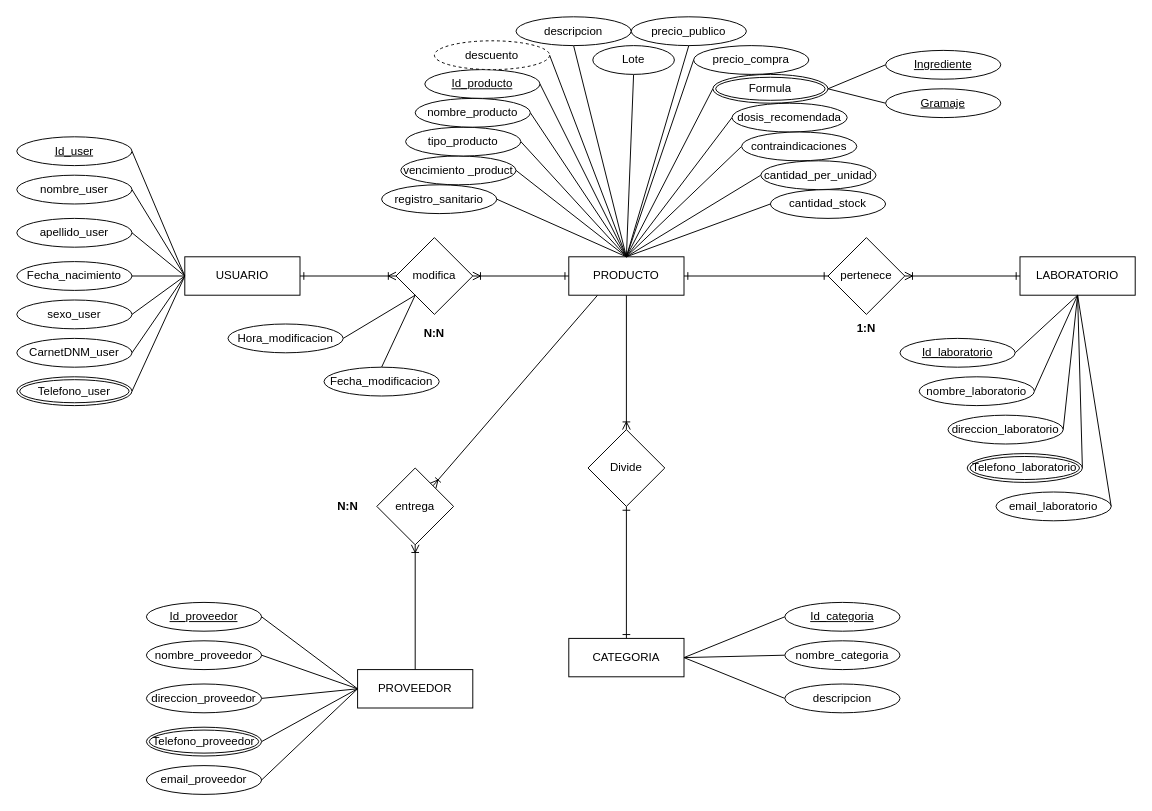
Before: Primer Esquema..drawio in Javolee/Inventario, a draw.io diagram. Source tidied: cells renumbered, new cells numbered last; positions are measured from the earlier drawing's top-left corner, leaving out a move shared by most shapes. Both pictures are drawn from the tidied source at 96%, with x=0, y=0 at pixel (16, 16).
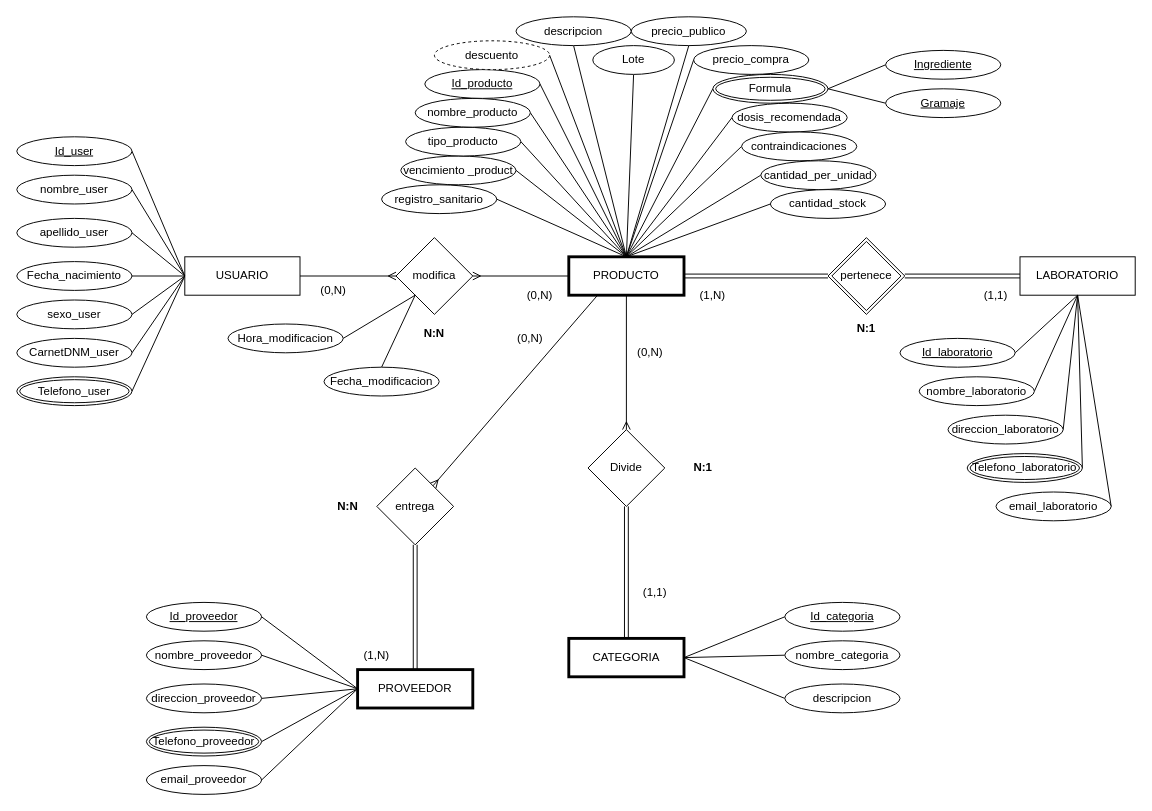
The same page after the edit.

Commit message:
Cardinalidad y entidades fuerte y debiles

Unchanged cells that the change refers to:
```xml
<mxCell id="4" value="USUARIO" style="rounded=0;whiteSpace=wrap;html=1;" parent="1" vertex="1">
  <mxGeometry x="175" y="250" width="120" height="40" as="geometry" />
</mxCell>
<mxCell id="8" value="LABORATORIO" style="rounded=0;whiteSpace=wrap;html=1;" parent="1" vertex="1">
  <mxGeometry x="1045" y="250" width="120" height="40" as="geometry" />
</mxCell>
<mxCell id="15" value="modifica" style="rhombus;whiteSpace=wrap;html=1;" parent="1" vertex="1">
  <mxGeometry x="395" y="230" width="80" height="80" as="geometry" />
</mxCell>
<mxCell id="17" value="entrega" style="rhombus;whiteSpace=wrap;html=1;" parent="1" vertex="1">
  <mxGeometry x="375" y="470" width="80" height="80" as="geometry" />
</mxCell>
```

The edit, as a diff of the source:
```diff
@@
-    <mxCell id="2" style="rounded=0;jettySize=auto;html=1;exitX=1;exitY=0.5;exitDx=0;exitDy=0;entryX=0;entryY=0.5;entryDx=0;entryDy=0;startArrow=ERone;startFill=0;endArrow=ERoneToMany;endFill=0;" parent="1" edge="1" source="4" target="15">
+    <mxCell id="2" style="rounded=0;jettySize=auto;html=1;exitX=1;exitY=0.5;exitDx=0;exitDy=0;entryX=0;entryY=0.5;entryDx=0;entryDy=0;startArrow=none;startFill=0;endArrow=ERmany;endFill=0;" parent="1" edge="1" source="4" target="15">
       <mxGeometry relative="1" as="geometry" />
     </mxCell>
@@
-    <mxCell id="5" style="edgeStyle=orthogonalEdgeStyle;rounded=0;jettySize=auto;html=1;exitX=0.5;exitY=0;exitDx=0;exitDy=0;entryX=0.5;entryY=1;entryDx=0;entryDy=0;endArrow=ERoneToMany;endFill=0;" parent="1" edge="1" source="6" target="17">
+    <mxCell id="5" style="edgeStyle=orthogonalEdgeStyle;rounded=0;jettySize=auto;html=1;exitX=0.5;exitY=0;exitDx=0;exitDy=0;entryX=0.5;entryY=1;entryDx=0;entryDy=0;endArrow=ERmany;endFill=0;startArrow=ERone;startFill=0;shape=link;" parent="1" edge="1" source="6" target="17">
       <mxGeometry relative="1" as="geometry" />
     </mxCell>
-    <mxCell id="6" value="PROVEEDOR" style="rounded=0;whiteSpace=wrap;html=1;" parent="1" vertex="1">
+    <mxCell id="6" value="PROVEEDOR" style="rounded=0;whiteSpace=wrap;html=1;strokeWidth=3;" parent="1" vertex="1">
       <mxGeometry x="355" y="680" width="120" height="40" as="geometry" />
     </mxCell>
-    <mxCell id="7" style="edgeStyle=none;rounded=0;jettySize=auto;html=1;exitX=0;exitY=0.5;exitDx=0;exitDy=0;entryX=1;entryY=0.5;entryDx=0;entryDy=0;startArrow=ERone;startFill=0;endArrow=ERoneToMany;endFill=0;" parent="1" edge="1" source="8" target="16">
+    <mxCell id="7" style="edgeStyle=none;rounded=0;jettySize=auto;html=1;exitX=0;exitY=0.5;exitDx=0;exitDy=0;entryX=1;entryY=0.5;entryDx=0;entryDy=0;startArrow=ERone;startFill=0;endArrow=ERone;endFill=0;shape=link;" parent="1" edge="1" source="8" target="16">
       <mxGeometry relative="1" as="geometry" />
     </mxCell>
@@
-    <mxCell id="9" style="edgeStyle=none;rounded=0;jettySize=auto;html=1;exitX=0;exitY=0.5;exitDx=0;exitDy=0;startArrow=ERone;startFill=0;endArrow=ERoneToMany;endFill=0;" parent="1" edge="1" source="13" target="15">
+    <mxCell id="9" style="edgeStyle=none;jettySize=auto;html=1;exitX=0;exitY=0.5;exitDx=0;exitDy=0;startArrow=none;startFill=0;endArrow=ERmany;endFill=0;endSize=6;rounded=0;fillOpacity=100;jumpStyle=none;labelBorderColor=none;fontStyle=1;" parent="1" edge="1" source="13" target="15">
       <mxGeometry relative="1" as="geometry" />
     </mxCell>
-    <mxCell id="10" style="edgeStyle=none;rounded=0;jettySize=auto;html=1;exitX=1;exitY=0.5;exitDx=0;exitDy=0;entryX=0;entryY=0.5;entryDx=0;entryDy=0;startArrow=ERone;startFill=0;endArrow=ERone;endFill=0;" parent="1" edge="1" source="13" target="16">
+    <mxCell id="10" style="edgeStyle=none;rounded=0;jettySize=auto;html=1;exitX=1;exitY=0.5;exitDx=0;exitDy=0;entryX=0;entryY=0.5;entryDx=0;entryDy=0;startArrow=none;startFill=0;endArrow=ERmany;endFill=0;shape=link;" parent="1" edge="1" source="13" target="16">
       <mxGeometry relative="1" as="geometry" />
     </mxCell>
-    <mxCell id="11" style="rounded=0;jettySize=auto;html=1;exitX=0.25;exitY=1;exitDx=0;exitDy=0;endArrow=ERoneToMany;endFill=0;" parent="1" edge="1" source="13" target="17">
+    <mxCell id="11" style="rounded=0;jettySize=auto;html=1;exitX=0.25;exitY=1;exitDx=0;exitDy=0;endArrow=ERmany;endFill=0;startArrow=none;startFill=0;" parent="1" edge="1" source="13" target="17">
       <mxGeometry relative="1" as="geometry" />
     </mxCell>
-    <mxCell id="12" style="edgeStyle=none;rounded=0;jettySize=auto;html=1;exitX=0.5;exitY=1;exitDx=0;exitDy=0;entryX=0.5;entryY=0;entryDx=0;entryDy=0;endArrow=ERoneToMany;endFill=0;" parent="1" edge="1" source="13" target="77">
+    <mxCell id="12" style="edgeStyle=none;rounded=0;jettySize=auto;html=1;exitX=0.5;exitY=1;exitDx=0;exitDy=0;entryX=0.5;entryY=0;entryDx=0;entryDy=0;endArrow=ERmany;endFill=0;" parent="1" edge="1" source="13" target="77">
       <mxGeometry relative="1" as="geometry" />
     </mxCell>
-    <mxCell id="13" value="PRODUCTO" style="rounded=0;whiteSpace=wrap;html=1;" parent="1" vertex="1">
+    <mxCell id="13" value="PRODUCTO" style="rounded=0;whiteSpace=wrap;html=1;strokeWidth=3;absoluteArcSize=0;backgroundOutline=0;perimeter=rectanglePerimeter;snapToPoint=0;imageAspect=1;perimeterSpacing=0;glass=0;sketch=0;shadow=0;" parent="1" vertex="1">
       <mxGeometry x="575" y="250" width="120" height="40" as="geometry" />
     </mxCell>
@@
-    <mxCell id="16" value="pertenece" style="rhombus;whiteSpace=wrap;html=1;" parent="1" vertex="1">
+    <mxCell id="16" value="pertenece" style="rhombus;whiteSpace=wrap;html=1;comic=0;movableLabel=0;backgroundOutline=0;fixDash=0;snapToPoint=0;portConstraintRotation=0;labelPadding=0;noLabel=0;strokeOpacity=100;double=1;" parent="1" vertex="1">
       <mxGeometry x="845" y="230" width="80" height="80" as="geometry" />
     </mxCell>
@@
-    <mxCell id="75" style="rounded=0;jettySize=auto;html=1;exitX=0.5;exitY=0;exitDx=0;exitDy=0;entryX=0.5;entryY=1;entryDx=0;entryDy=0;endArrow=ERone;endFill=0;startArrow=ERone;startFill=0;" parent="1" edge="1" source="76" target="77">
+    <mxCell id="75" style="rounded=0;jettySize=auto;html=1;exitX=0.5;exitY=0;exitDx=0;exitDy=0;entryX=0.5;entryY=1;entryDx=0;entryDy=0;endArrow=ERone;endFill=0;startArrow=ERone;startFill=0;shape=link;" parent="1" edge="1" source="76" target="77">
       <mxGeometry relative="1" as="geometry" />
     </mxCell>
-    <mxCell id="76" value="CATEGORIA" style="rounded=0;whiteSpace=wrap;html=1;" parent="1" vertex="1">
+    <mxCell id="76" value="CATEGORIA" style="rounded=0;whiteSpace=wrap;html=1;strokeWidth=3;" parent="1" vertex="1">
       <mxGeometry x="575" y="647.5" width="120" height="40" as="geometry" />
     </mxCell>
-    <mxCell id="77" value="Divide" style="rhombus;whiteSpace=wrap;html=1;" parent="1" vertex="1">
+    <mxCell id="77" value="Divide" style="rhombus;whiteSpace=wrap;html=1;double=0;" parent="1" vertex="1">
       <mxGeometry x="595" y="430" width="80" height="80" as="geometry" />
     </mxCell>
@@
-    <mxCell id="84" value="&lt;b&gt;1:N&lt;/b&gt;" style="text;html=1;strokeColor=none;fillColor=none;align=center;verticalAlign=middle;whiteSpace=wrap;rounded=0;" parent="1" vertex="1">
+    <mxCell id="84" value="&lt;b&gt;N:1&lt;/b&gt;" style="text;html=1;strokeColor=none;fillColor=none;align=center;verticalAlign=middle;whiteSpace=wrap;rounded=0;" parent="1" vertex="1">
       <mxGeometry x="865" y="315" width="40" height="20" as="geometry" />
     </mxCell>
@@
+    <mxCell id="100" value="(0,N)" style="text;html=1;strokeColor=none;fillColor=none;align=center;verticalAlign=middle;whiteSpace=wrap;rounded=0;" parent="1" vertex="1">
+      <mxGeometry x="310" y="275" width="40" height="20" as="geometry" />
+    </mxCell>
+    <mxCell id="101" value="(0,N)" style="text;html=1;strokeColor=none;fillColor=none;align=center;verticalAlign=middle;whiteSpace=wrap;rounded=0;" parent="1" vertex="1">
+      <mxGeometry x="525" y="280" width="40" height="20" as="geometry" />
+    </mxCell>
+    <mxCell id="102" value="(1,N)" style="text;html=1;strokeColor=none;fillColor=none;align=center;verticalAlign=middle;whiteSpace=wrap;rounded=0;" parent="1" vertex="1">
+      <mxGeometry x="705" y="280" width="40" height="20" as="geometry" />
+    </mxCell>
+    <mxCell id="103" value="(1,1)" style="text;html=1;strokeColor=none;fillColor=none;align=center;verticalAlign=middle;whiteSpace=wrap;rounded=0;" parent="1" vertex="1">
+      <mxGeometry x="1000" y="280" width="40" height="20" as="geometry" />
+    </mxCell>
+    <mxCell id="104" value="(1,N)" style="text;html=1;strokeColor=none;fillColor=none;align=center;verticalAlign=middle;whiteSpace=wrap;rounded=0;" parent="1" vertex="1">
+      <mxGeometry x="355" y="655" width="40" height="20" as="geometry" />
+    </mxCell>
+    <mxCell id="105" value="(0,N)" style="text;html=1;strokeColor=none;fillColor=none;align=center;verticalAlign=middle;whiteSpace=wrap;rounded=0;" parent="1" vertex="1">
+      <mxGeometry x="515" y="325" width="40" height="20" as="geometry" />
+    </mxCell>
+    <mxCell id="106" value="(0,N)" style="text;html=1;strokeColor=none;fillColor=none;align=center;verticalAlign=middle;whiteSpace=wrap;rounded=0;" parent="1" vertex="1">
+      <mxGeometry x="640" y="340" width="40" height="20" as="geometry" />
+    </mxCell>
+    <mxCell id="107" value="(1,1)" style="text;html=1;strokeColor=none;fillColor=none;align=center;verticalAlign=middle;whiteSpace=wrap;rounded=0;" parent="1" vertex="1">
+      <mxGeometry x="645" y="590" width="40" height="20" as="geometry" />
+    </mxCell>
+    <mxCell id="108" value="&lt;b&gt;N:1&lt;/b&gt;" style="text;html=1;strokeColor=none;fillColor=none;align=center;verticalAlign=middle;whiteSpace=wrap;rounded=0;" parent="1" vertex="1">
+      <mxGeometry x="695" y="460" width="40" height="20" as="geometry" />
+    </mxCell>
```
